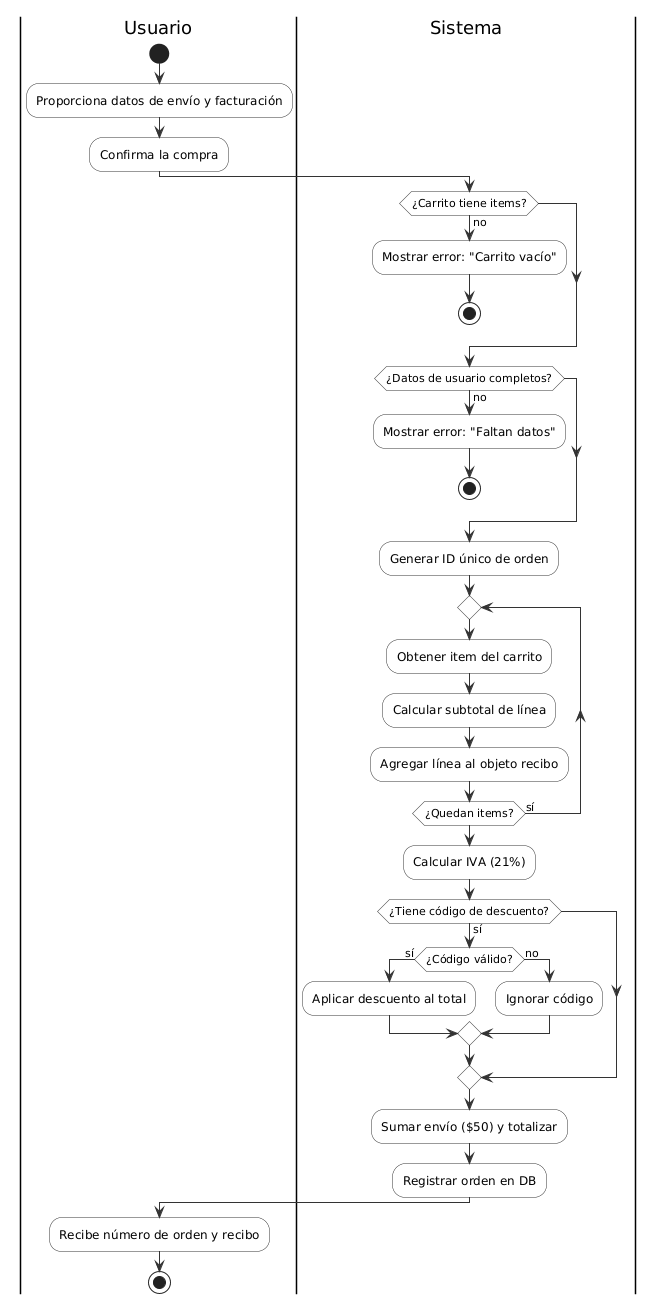
This is docs/05-diagramas/01-diagrama-de-actividades/actividad-flujo-4-recibo.png from GonzaloBarbano/E-commerce, a PlantUML export, as it was before one commit.
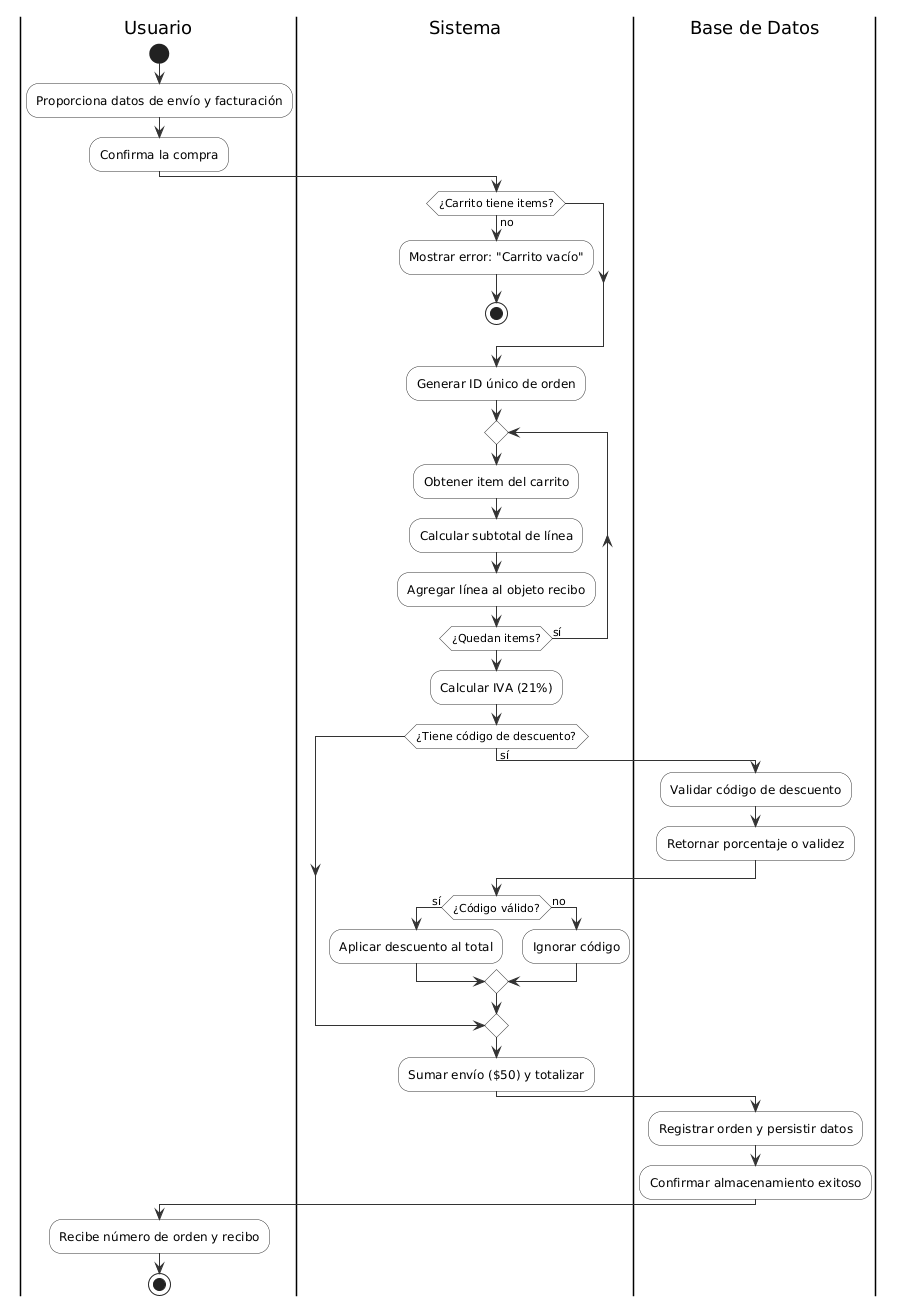
The same file after the commit.

Change to the diagram source:
```diff
@@ -14,11 +14,6 @@
   stop
 endif
 
-if (¿Datos de usuario completos?) then (no)
-  :Mostrar error: "Faltan datos";
-  stop
-endif
-
 :Generar ID único de orden;
 
 repeat
@@ -30,6 +25,10 @@
 :Calcular IVA (21%);
 
 if (¿Tiene código de descuento?) then (sí)
+  |Base de Datos|
+  :Validar código de descuento;
+  :Retornar porcentaje o validez;
+  |Sistema|
   if (¿Código válido?) then (sí)
     :Aplicar descuento al total;
   else (no)
@@ -38,7 +37,10 @@
 endif
 
 :Sumar envío ($50) y totalizar;
-:Registrar orden en DB;
+
+|Base de Datos|
+:Registrar orden y persistir datos;
+:Confirmar almacenamiento exitoso;
 
 |Usuario|
 :Recibe número de orden y recibo;
```
